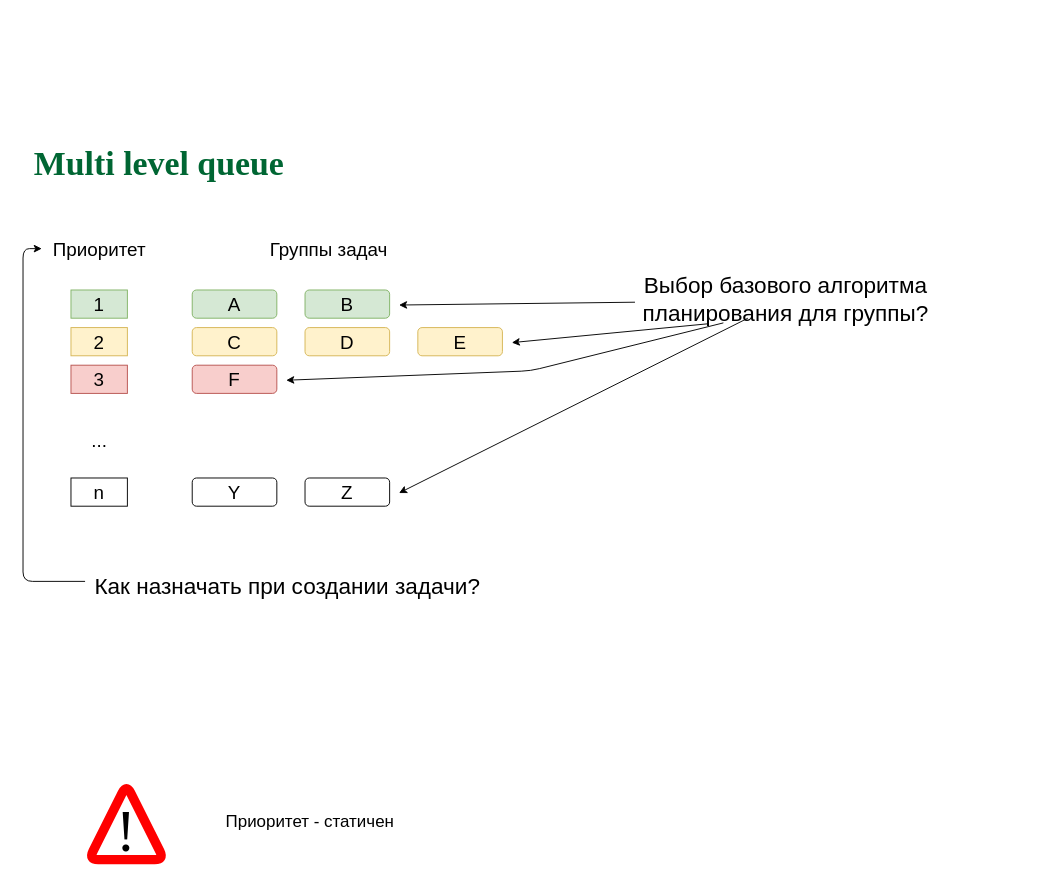
Before: page "MLQ-2" (19 of 25) of slides/sched.drawio in 77maxikov/os_course, a draw.io diagram. Source tidied: cells renumbered, new cells numbered last; positions are measured from the earlier drawing's top-left corner, leaving out a move shared by most shapes. Both pictures are drawn from the tidied source at 94%, with x=0, y=0 at pixel (23, 154).
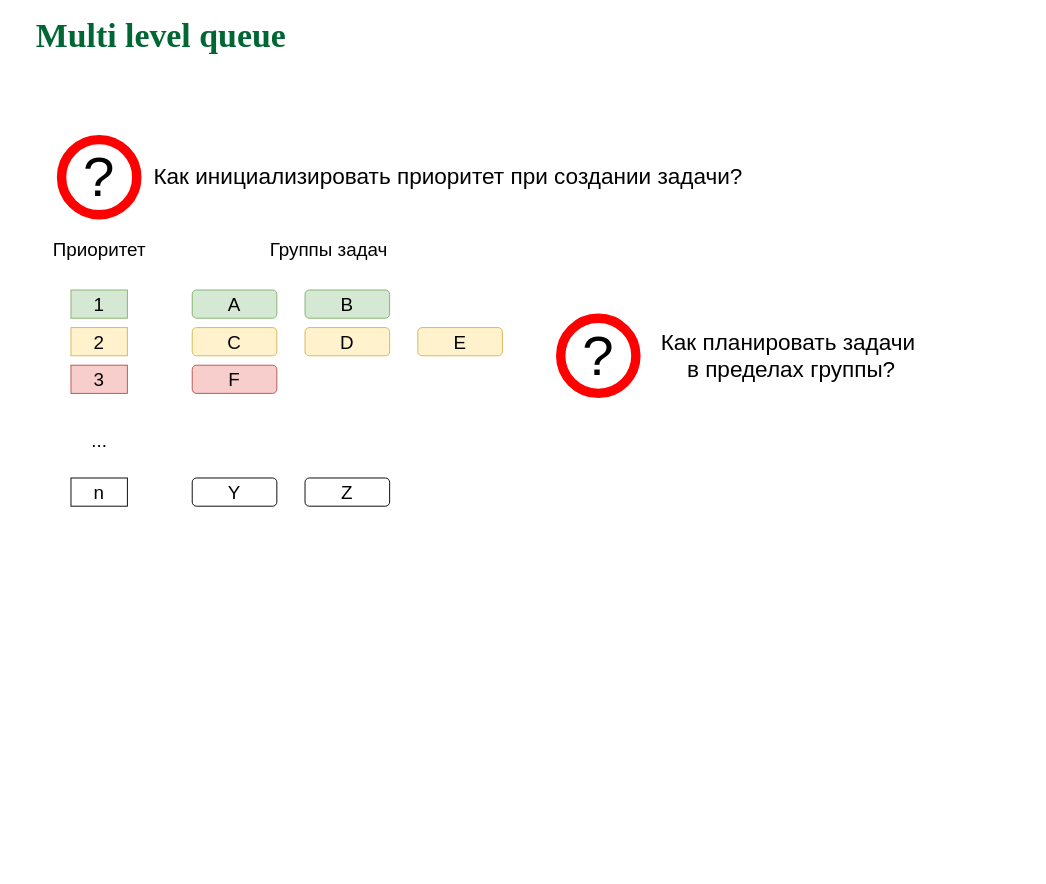
Above is the later version.

Unchanged cells that the change refers to:
```xml
<mxCell id="7" value="&lt;font style=&quot;font-size: 20px&quot;&gt;Приоритет&lt;/font&gt;" style="text;html=1;align=center;verticalAlign=middle;points=[];" parent="1" vertex="1">
  <mxGeometry x="26" y="90" width="110" height="20" as="geometry" />
</mxCell>
```

What changed in the source:
```diff
@@
     <mxCell id="2" value="&lt;font color=&quot;#006633&quot; face=&quot;Garamond&quot;&gt;&lt;span style=&quot;font-size: 36px&quot;&gt;&lt;b&gt;Multi level queue&lt;/b&gt;&lt;/span&gt;&lt;/font&gt;" style="text;html=1;align=left;verticalAlign=middle;whiteSpace=wrap;rounded=0;" parent="1" vertex="1">
-      <mxGeometry x="10" width="1060" height="20" as="geometry" />
+      <mxGeometry x="12" y="-136" width="1060" height="20" as="geometry" />
     </mxCell>
@@
-    <mxCell id="10" value="&lt;span style=&quot;font-size: 18px&quot;&gt;Приоритет - статичен&lt;/span&gt;" style="text;html=1;align=center;verticalAlign=middle;" parent="1" vertex="1">
-      <mxGeometry x="210" y="700" width="190" height="20" as="geometry" />
-    </mxCell>
-    <mxCell id="11" style="group;" parent="1" vertex="1">
-      <mxGeometry x="70" y="670" width="80" height="80" as="geometry" />
-    </mxCell>
-    <mxCell id="12" style="endArrow=none;html=1;strokeWidth=10;strokeColor=#FF0000;jumpStyle=arc;" parent="11" edge="1">
-      <mxGeometry relative="1" as="geometry">
-        <mxPoint x="40" y="80" as="sourcePoint" />
-        <mxPoint x="40" y="80" as="targetPoint" />
-        <Array as="points">
-          <mxPoint y="80" />
-          <mxPoint x="40" />
-          <mxPoint x="80" y="80" />
-        </Array>
-      </mxGeometry>
-    </mxCell>
-    <mxCell id="13" value="&lt;font style=&quot;font-size: 63px&quot;&gt;!&lt;/font&gt;" style="text;html=1;strokeColor=none;fillColor=none;align=center;verticalAlign=middle;whiteSpace=wrap;rounded=0;fontFamily=Times New Roman;" parent="11" vertex="1">
-      <mxGeometry x="20" y="40" width="40" height="20" as="geometry" />
-    </mxCell>
@@
-    <mxCell id="22" value="&lt;font style=&quot;font-size: 24px&quot;&gt;Как назначать при создании задачи?&lt;/font&gt;" style="text;html=1;align=center;verticalAlign=middle;points=[];strokeColor=none;fillColor=none;" parent="1" vertex="1">
-      <mxGeometry x="66" y="450" width="430" height="20" as="geometry" />
-    </mxCell>
-    <mxCell id="23" style="endArrow=classic;html=1;rounded=1;fontSize=24;exitX=0;exitY=0.2;exitDx=0;exitDy=0;exitPerimeter=0;entryX=-0.055;entryY=0.5;entryDx=0;entryDy=0;entryPerimeter=0;" parent="1" edge="1" source="22" target="7">
-      <mxGeometry relative="1" as="geometry">
-        <Array as="points">
-          <mxPoint y="454" />
-          <mxPoint y="100" />
-        </Array>
-      </mxGeometry>
-    </mxCell>
-    <mxCell id="24" value="&lt;font style=&quot;font-size: 24px&quot;&gt;Выбор базового алгоритма &lt;br&gt;планирования для группы?&lt;/font&gt;" style="text;html=1;align=center;verticalAlign=middle;points=[];strokeColor=none;fillColor=none;" parent="1" vertex="1">
-      <mxGeometry x="651" y="134" width="320" height="40" as="geometry" />
+    <mxCell id="24" value="&lt;font style=&quot;font-size: 24px&quot;&gt;Как планировать задачи&amp;nbsp;&lt;br&gt;в пределах группы?&lt;/font&gt;" style="text;html=1;align=center;verticalAlign=middle;points=[];strokeColor=none;fillColor=none;" parent="1" vertex="1">
+      <mxGeometry x="672" y="194" width="290" height="40" as="geometry" />
     </mxCell>
-    <mxCell id="25" style="endArrow=classic;html=1;rounded=1;fontSize=24;exitX=0;exitY=0.575;exitDx=0;exitDy=0;exitPerimeter=0;" parent="1" edge="1" source="24">
-      <mxGeometry relative="1" as="geometry">
-        <mxPoint x="400" y="160" as="targetPoint" />
-      </mxGeometry>
-    </mxCell>
-    <mxCell id="26" style="endArrow=classic;html=1;rounded=1;fontSize=24;exitX=0.241;exitY=1.15;exitDx=0;exitDy=0;exitPerimeter=0;" parent="1" edge="1" source="24">
-      <mxGeometry relative="1" as="geometry">
-        <mxPoint x="520" y="200" as="targetPoint" />
-      </mxGeometry>
-    </mxCell>
-    <mxCell id="27" style="endArrow=classic;html=1;rounded=1;fontSize=24;" parent="1" edge="1" source="24">
-      <mxGeometry relative="1" as="geometry">
-        <mxPoint x="400" y="360" as="targetPoint" />
-      </mxGeometry>
-    </mxCell>
-    <mxCell id="28" style="endArrow=classic;html=1;rounded=1;fontSize=24;exitX=0.294;exitY=1.125;exitDx=0;exitDy=0;exitPerimeter=0;" parent="1" edge="1" source="24">
-      <mxGeometry relative="1" as="geometry">
-        <mxPoint x="280" y="240" as="targetPoint" />
-        <Array as="points">
-          <mxPoint x="540" y="230" />
-        </Array>
-      </mxGeometry>
-    </mxCell>
+    <mxCell id="29" value="&lt;span style=&quot;font-size: 24px&quot;&gt;Как инициализировать приоритет при создании задачи?&lt;/span&gt;" style="text;html=1;align=center;verticalAlign=middle;strokeColor=none;fillColor=none;" parent="1" vertex="1">
+      <mxGeometry x="132" y="14" width="640" height="20" as="geometry" />
+    </mxCell>
+    <mxCell id="30" value="&lt;font style=&quot;font-size: 60px&quot;&gt;?&lt;/font&gt;" style="ellipse;whiteSpace=wrap;html=1;strokeColor=#FF0000;strokeWidth=10;" parent="1" vertex="1">
+      <mxGeometry x="572" y="174" width="80" height="80" as="geometry" />
+    </mxCell>
+    <mxCell id="31" value="&lt;font style=&quot;font-size: 60px&quot;&gt;?&lt;/font&gt;" style="ellipse;whiteSpace=wrap;html=1;strokeColor=#FF0000;strokeWidth=10;" parent="1" vertex="1">
+      <mxGeometry x="41" y="-16" width="80" height="80" as="geometry" />
+    </mxCell>
```
